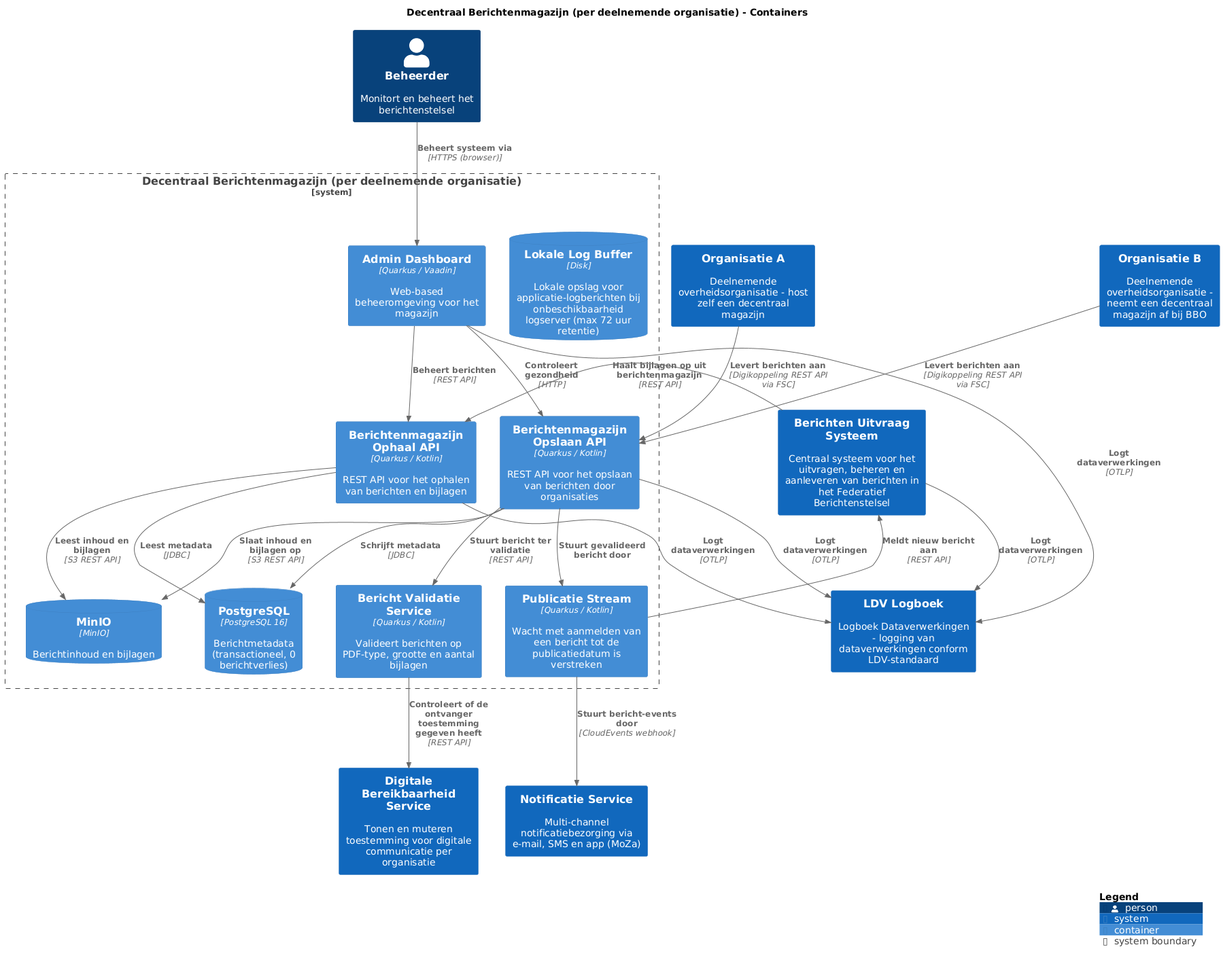
This is pr-preview/pr-16/master/png/DecentraalMagazijnContainers.png from MinBZK/moza-poc-fbs-berichtenbox, a PlantUML export, as it was before one commit. The source it was exported from:
```plantuml
@startuml
set separator none
title Decentraal Berichtenmagazijn (per deelnemende organisatie) - Containers

top to bottom direction

!include <C4/C4>
!include <C4/C4_Context>
!include <C4/C4_Container>

Person(Beheerder, "Beheerder", $descr="Monitort en beheert het berichtenstelsel", $tags="", $link="")
System(NotificatieService, "Notificatie Service", $descr="Multi-channel notificatiebezorging via e-mail, SMS en app (MoZa)", $tags="", $link="")
System(DigitaleBereikbaarheidService, "Digitale Bereikbaarheid Service", $descr="Tonen en muteren toestemming voor digitale communicatie per organisatie", $tags="", $link="")
System(OrganisatieA, "Organisatie A", $descr="Deelnemende overheidsorganisatie - host zelf een decentraal magazijn", $tags="", $link="")
System(OrganisatieB, "Organisatie B", $descr="Deelnemende overheidsorganisatie - neemt een decentraal magazijn af bij BBO", $tags="", $link="")
System(BerichtenUitvraagSysteem, "Berichten Uitvraag Systeem", $descr="Centraal systeem voor het uitvragen, beheren en aanleveren van berichten in het Federatief Berichtenstelsel", $tags="", $link="")
System(LDVLogboek, "LDV Logboek", $descr="Logboek Dataverwerkingen - logging van dataverwerkingen conform LDV-standaard", $tags="", $link="")

System_Boundary("DecentraalBerichtenmagazijnperdeelnemendeorganisatie_boundary", "Decentraal Berichtenmagazijn (per deelnemende organisatie)", $tags="") {
  Container(DecentraalBerichtenmagazijnperdeelnemendeorganisatie.BerichtenmagazijnOphaalAPI, "Berichtenmagazijn Ophaal API", $techn="Quarkus / Kotlin", $descr="REST API voor het ophalen van berichten en bijlagen", $tags="", $link="")
  Container(DecentraalBerichtenmagazijnperdeelnemendeorganisatie.BerichtenmagazijnOpslaanAPI, "Berichtenmagazijn Opslaan API", $techn="Quarkus / Kotlin", $descr="REST API voor het opslaan van berichten door organisaties", $tags="", $link="")
  ContainerDb(DecentraalBerichtenmagazijnperdeelnemendeorganisatie.LokaleLogBuffer, "Lokale Log Buffer", $techn="Disk", $descr="Lokale opslag voor applicatie-logberichten bij onbeschikbaarheid logserver (max 72 uur retentie)", $tags="", $link="")
  ContainerDb(DecentraalBerichtenmagazijnperdeelnemendeorganisatie.PostgreSQL, "PostgreSQL", $techn="PostgreSQL 16", $descr="Berichtmetadata (transactioneel, 0 berichtverlies)", $tags="", $link="")
  ContainerDb(DecentraalBerichtenmagazijnperdeelnemendeorganisatie.MinIO, "MinIO", $techn="MinIO", $descr="Berichtinhoud en bijlagen", $tags="", $link="")
  Container(DecentraalBerichtenmagazijnperdeelnemendeorganisatie.AdminDashboard, "Admin Dashboard", $techn="Quarkus / Vaadin", $descr="Web-based beheeromgeving voor het magazijn", $tags="", $link="")
  Container(DecentraalBerichtenmagazijnperdeelnemendeorganisatie.BerichtValidatieService, "Bericht Validatie Service", $techn="Quarkus / Kotlin", $descr="Valideert berichten op PDF-type, grootte en aantal bijlagen", $tags="", $link="")
  Container(DecentraalBerichtenmagazijnperdeelnemendeorganisatie.PublicatieStream, "Publicatie Stream", $techn="Quarkus / Kotlin", $descr="Wacht met aanmelden van een bericht tot de publicatiedatum is verstreken", $tags="", $link="")
}

Rel(DecentraalBerichtenmagazijnperdeelnemendeorganisatie.BerichtValidatieService, DigitaleBereikbaarheidService, "Controleert of de ontvanger toestemming gegeven heeft", $techn="REST API", $tags="", $link="")
Rel(DecentraalBerichtenmagazijnperdeelnemendeorganisatie.BerichtenmagazijnOphaalAPI, LDVLogboek, "Logt dataverwerkingen", $techn="OTLP", $tags="", $link="")
Rel(DecentraalBerichtenmagazijnperdeelnemendeorganisatie.BerichtenmagazijnOpslaanAPI, LDVLogboek, "Logt dataverwerkingen", $techn="OTLP", $tags="", $link="")
Rel(BerichtenUitvraagSysteem, LDVLogboek, "Logt dataverwerkingen", $techn="OTLP", $tags="", $link="")
Rel(DecentraalBerichtenmagazijnperdeelnemendeorganisatie.AdminDashboard, LDVLogboek, "Logt dataverwerkingen", $techn="OTLP", $tags="", $link="")
Rel(DecentraalBerichtenmagazijnperdeelnemendeorganisatie.BerichtenmagazijnOphaalAPI, DecentraalBerichtenmagazijnperdeelnemendeorganisatie.PostgreSQL, "Leest metadata", $techn="JDBC", $tags="", $link="")
Rel(DecentraalBerichtenmagazijnperdeelnemendeorganisatie.BerichtenmagazijnOphaalAPI, DecentraalBerichtenmagazijnperdeelnemendeorganisatie.MinIO, "Leest inhoud en bijlagen", $techn="S3 REST API", $tags="", $link="")
Rel(DecentraalBerichtenmagazijnperdeelnemendeorganisatie.BerichtenmagazijnOpslaanAPI, DecentraalBerichtenmagazijnperdeelnemendeorganisatie.PostgreSQL, "Schrijft metadata", $techn="JDBC", $tags="", $link="")
Rel(DecentraalBerichtenmagazijnperdeelnemendeorganisatie.BerichtenmagazijnOpslaanAPI, DecentraalBerichtenmagazijnperdeelnemendeorganisatie.MinIO, "Slaat inhoud en bijlagen op", $techn="S3 REST API", $tags="", $link="")
Rel(DecentraalBerichtenmagazijnperdeelnemendeorganisatie.BerichtenmagazijnOpslaanAPI, DecentraalBerichtenmagazijnperdeelnemendeorganisatie.BerichtValidatieService, "Stuurt bericht ter validatie", $techn="REST API", $tags="", $link="")
Rel(DecentraalBerichtenmagazijnperdeelnemendeorganisatie.AdminDashboard, DecentraalBerichtenmagazijnperdeelnemendeorganisatie.BerichtenmagazijnOphaalAPI, "Beheert berichten", $techn="REST API", $tags="", $link="")
Rel(DecentraalBerichtenmagazijnperdeelnemendeorganisatie.AdminDashboard, DecentraalBerichtenmagazijnperdeelnemendeorganisatie.BerichtenmagazijnOpslaanAPI, "Controleert gezondheid", $techn="HTTP", $tags="", $link="")
Rel(DecentraalBerichtenmagazijnperdeelnemendeorganisatie.BerichtenmagazijnOpslaanAPI, DecentraalBerichtenmagazijnperdeelnemendeorganisatie.PublicatieStream, "Stuurt gevalideerd bericht door", $techn="", $tags="", $link="")
Rel(BerichtenUitvraagSysteem, DecentraalBerichtenmagazijnperdeelnemendeorganisatie.BerichtenmagazijnOphaalAPI, "Haalt bijlagen op uit berichtenmagazijn", $techn="REST API", $tags="", $link="")
Rel(Beheerder, DecentraalBerichtenmagazijnperdeelnemendeorganisatie.AdminDashboard, "Beheert systeem via", $techn="HTTPS (browser)", $tags="", $link="")
Rel(DecentraalBerichtenmagazijnperdeelnemendeorganisatie.PublicatieStream, BerichtenUitvraagSysteem, "Meldt nieuw bericht aan", $techn="REST API", $tags="", $link="")
Rel(DecentraalBerichtenmagazijnperdeelnemendeorganisatie.PublicatieStream, NotificatieService, "Stuurt bericht-events door", $techn="CloudEvents webhook", $tags="", $link="")
Rel(OrganisatieA, DecentraalBerichtenmagazijnperdeelnemendeorganisatie.BerichtenmagazijnOpslaanAPI, "Levert berichten aan", $techn="Digikoppeling REST API via FSC", $tags="", $link="")
Rel(OrganisatieB, DecentraalBerichtenmagazijnperdeelnemendeorganisatie.BerichtenmagazijnOpslaanAPI, "Levert berichten aan", $techn="Digikoppeling REST API via FSC", $tags="", $link="")

SHOW_LEGEND(true)
@enduml
```
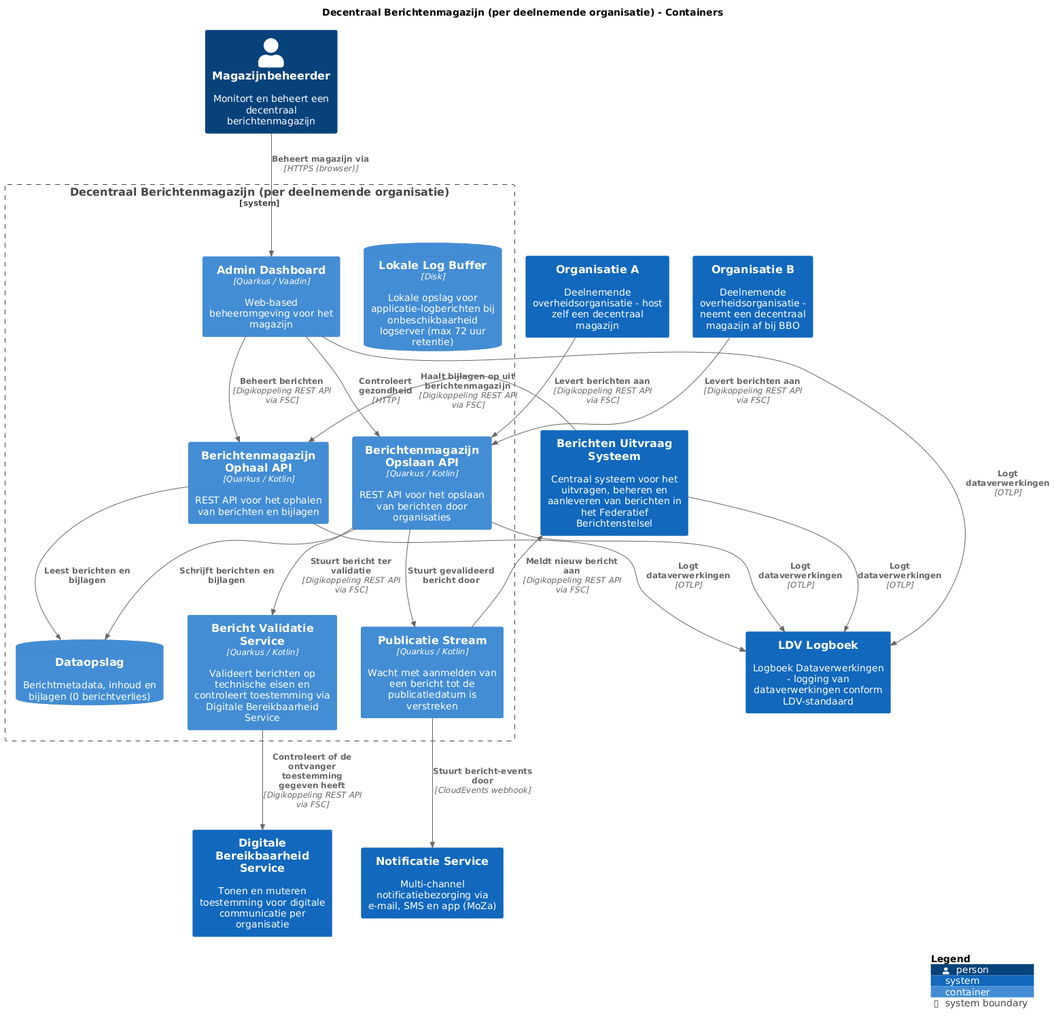
Above is the later version.

Diff of the diagram source:
```diff
@@ -8,7 +8,7 @@
 !include <C4/C4_Context>
 !include <C4/C4_Container>
 
-Person(Beheerder, "Beheerder", $descr="Monitort en beheert het berichtenstelsel", $tags="", $link="")
+Person(Magazijnbeheerder, "Magazijnbeheerder", $descr="Monitort en beheert een decentraal berichtenmagazijn", $tags="", $link="")
 System(NotificatieService, "Notificatie Service", $descr="Multi-channel notificatiebezorging via e-mail, SMS en app (MoZa)", $tags="", $link="")
 System(DigitaleBereikbaarheidService, "Digitale Bereikbaarheid Service", $descr="Tonen en muteren toestemming voor digitale communicatie per organisatie", $tags="", $link="")
 System(OrganisatieA, "Organisatie A", $descr="Deelnemende overheidsorganisatie - host zelf een decentraal magazijn", $tags="", $link="")
@@ -20,32 +20,29 @@
   Container(DecentraalBerichtenmagazijnperdeelnemendeorganisatie.BerichtenmagazijnOphaalAPI, "Berichtenmagazijn Ophaal API", $techn="Quarkus / Kotlin", $descr="REST API voor het ophalen van berichten en bijlagen", $tags="", $link="")
   Container(DecentraalBerichtenmagazijnperdeelnemendeorganisatie.BerichtenmagazijnOpslaanAPI, "Berichtenmagazijn Opslaan API", $techn="Quarkus / Kotlin", $descr="REST API voor het opslaan van berichten door organisaties", $tags="", $link="")
   ContainerDb(DecentraalBerichtenmagazijnperdeelnemendeorganisatie.LokaleLogBuffer, "Lokale Log Buffer", $techn="Disk", $descr="Lokale opslag voor applicatie-logberichten bij onbeschikbaarheid logserver (max 72 uur retentie)", $tags="", $link="")
-  ContainerDb(DecentraalBerichtenmagazijnperdeelnemendeorganisatie.PostgreSQL, "PostgreSQL", $techn="PostgreSQL 16", $descr="Berichtmetadata (transactioneel, 0 berichtverlies)", $tags="", $link="")
-  ContainerDb(DecentraalBerichtenmagazijnperdeelnemendeorganisatie.MinIO, "MinIO", $techn="MinIO", $descr="Berichtinhoud en bijlagen", $tags="", $link="")
+  ContainerDb(DecentraalBerichtenmagazijnperdeelnemendeorganisatie.Dataopslag, "Dataopslag", $techn="", $descr="Berichtmetadata, inhoud en bijlagen (0 berichtverlies)", $tags="", $link="")
   Container(DecentraalBerichtenmagazijnperdeelnemendeorganisatie.AdminDashboard, "Admin Dashboard", $techn="Quarkus / Vaadin", $descr="Web-based beheeromgeving voor het magazijn", $tags="", $link="")
-  Container(DecentraalBerichtenmagazijnperdeelnemendeorganisatie.BerichtValidatieService, "Bericht Validatie Service", $techn="Quarkus / Kotlin", $descr="Valideert berichten op PDF-type, grootte en aantal bijlagen", $tags="", $link="")
+  Container(DecentraalBerichtenmagazijnperdeelnemendeorganisatie.BerichtValidatieService, "Bericht Validatie Service", $techn="Quarkus / Kotlin", $descr="Valideert berichten op technische eisen en controleert toestemming via Digitale Bereikbaarheid Service", $tags="", $link="")
   Container(DecentraalBerichtenmagazijnperdeelnemendeorganisatie.PublicatieStream, "Publicatie Stream", $techn="Quarkus / Kotlin", $descr="Wacht met aanmelden van een bericht tot de publicatiedatum is verstreken", $tags="", $link="")
 }
 
-Rel(DecentraalBerichtenmagazijnperdeelnemendeorganisatie.BerichtValidatieService, DigitaleBereikbaarheidService, "Controleert of de ontvanger toestemming gegeven heeft", $techn="REST API", $tags="", $link="")
+Rel(OrganisatieB, DecentraalBerichtenmagazijnperdeelnemendeorganisatie.BerichtenmagazijnOpslaanAPI, "Levert berichten aan", $techn="Digikoppeling REST API via FSC", $tags="", $link="")
+Rel(DecentraalBerichtenmagazijnperdeelnemendeorganisatie.BerichtValidatieService, DigitaleBereikbaarheidService, "Controleert of de ontvanger toestemming gegeven heeft", $techn="Digikoppeling REST API via FSC", $tags="", $link="")
 Rel(DecentraalBerichtenmagazijnperdeelnemendeorganisatie.BerichtenmagazijnOphaalAPI, LDVLogboek, "Logt dataverwerkingen", $techn="OTLP", $tags="", $link="")
 Rel(DecentraalBerichtenmagazijnperdeelnemendeorganisatie.BerichtenmagazijnOpslaanAPI, LDVLogboek, "Logt dataverwerkingen", $techn="OTLP", $tags="", $link="")
 Rel(BerichtenUitvraagSysteem, LDVLogboek, "Logt dataverwerkingen", $techn="OTLP", $tags="", $link="")
 Rel(DecentraalBerichtenmagazijnperdeelnemendeorganisatie.AdminDashboard, LDVLogboek, "Logt dataverwerkingen", $techn="OTLP", $tags="", $link="")
-Rel(DecentraalBerichtenmagazijnperdeelnemendeorganisatie.BerichtenmagazijnOphaalAPI, DecentraalBerichtenmagazijnperdeelnemendeorganisatie.PostgreSQL, "Leest metadata", $techn="JDBC", $tags="", $link="")
-Rel(DecentraalBerichtenmagazijnperdeelnemendeorganisatie.BerichtenmagazijnOphaalAPI, DecentraalBerichtenmagazijnperdeelnemendeorganisatie.MinIO, "Leest inhoud en bijlagen", $techn="S3 REST API", $tags="", $link="")
-Rel(DecentraalBerichtenmagazijnperdeelnemendeorganisatie.BerichtenmagazijnOpslaanAPI, DecentraalBerichtenmagazijnperdeelnemendeorganisatie.PostgreSQL, "Schrijft metadata", $techn="JDBC", $tags="", $link="")
-Rel(DecentraalBerichtenmagazijnperdeelnemendeorganisatie.BerichtenmagazijnOpslaanAPI, DecentraalBerichtenmagazijnperdeelnemendeorganisatie.MinIO, "Slaat inhoud en bijlagen op", $techn="S3 REST API", $tags="", $link="")
-Rel(DecentraalBerichtenmagazijnperdeelnemendeorganisatie.BerichtenmagazijnOpslaanAPI, DecentraalBerichtenmagazijnperdeelnemendeorganisatie.BerichtValidatieService, "Stuurt bericht ter validatie", $techn="REST API", $tags="", $link="")
-Rel(DecentraalBerichtenmagazijnperdeelnemendeorganisatie.AdminDashboard, DecentraalBerichtenmagazijnperdeelnemendeorganisatie.BerichtenmagazijnOphaalAPI, "Beheert berichten", $techn="REST API", $tags="", $link="")
+Rel(DecentraalBerichtenmagazijnperdeelnemendeorganisatie.BerichtenmagazijnOphaalAPI, DecentraalBerichtenmagazijnperdeelnemendeorganisatie.Dataopslag, "Leest berichten en bijlagen", $techn="", $tags="", $link="")
+Rel(DecentraalBerichtenmagazijnperdeelnemendeorganisatie.BerichtenmagazijnOpslaanAPI, DecentraalBerichtenmagazijnperdeelnemendeorganisatie.Dataopslag, "Schrijft berichten en bijlagen", $techn="", $tags="", $link="")
+Rel(DecentraalBerichtenmagazijnperdeelnemendeorganisatie.BerichtenmagazijnOpslaanAPI, DecentraalBerichtenmagazijnperdeelnemendeorganisatie.BerichtValidatieService, "Stuurt bericht ter validatie", $techn="Digikoppeling REST API via FSC", $tags="", $link="")
+Rel(DecentraalBerichtenmagazijnperdeelnemendeorganisatie.AdminDashboard, DecentraalBerichtenmagazijnperdeelnemendeorganisatie.BerichtenmagazijnOphaalAPI, "Beheert berichten", $techn="Digikoppeling REST API via FSC", $tags="", $link="")
 Rel(DecentraalBerichtenmagazijnperdeelnemendeorganisatie.AdminDashboard, DecentraalBerichtenmagazijnperdeelnemendeorganisatie.BerichtenmagazijnOpslaanAPI, "Controleert gezondheid", $techn="HTTP", $tags="", $link="")
 Rel(DecentraalBerichtenmagazijnperdeelnemendeorganisatie.BerichtenmagazijnOpslaanAPI, DecentraalBerichtenmagazijnperdeelnemendeorganisatie.PublicatieStream, "Stuurt gevalideerd bericht door", $techn="", $tags="", $link="")
-Rel(BerichtenUitvraagSysteem, DecentraalBerichtenmagazijnperdeelnemendeorganisatie.BerichtenmagazijnOphaalAPI, "Haalt bijlagen op uit berichtenmagazijn", $techn="REST API", $tags="", $link="")
-Rel(Beheerder, DecentraalBerichtenmagazijnperdeelnemendeorganisatie.AdminDashboard, "Beheert systeem via", $techn="HTTPS (browser)", $tags="", $link="")
-Rel(DecentraalBerichtenmagazijnperdeelnemendeorganisatie.PublicatieStream, BerichtenUitvraagSysteem, "Meldt nieuw bericht aan", $techn="REST API", $tags="", $link="")
+Rel(BerichtenUitvraagSysteem, DecentraalBerichtenmagazijnperdeelnemendeorganisatie.BerichtenmagazijnOphaalAPI, "Haalt bijlagen op uit berichtenmagazijn", $techn="Digikoppeling REST API via FSC", $tags="", $link="")
+Rel(Magazijnbeheerder, DecentraalBerichtenmagazijnperdeelnemendeorganisatie.AdminDashboard, "Beheert magazijn via", $techn="HTTPS (browser)", $tags="", $link="")
+Rel(DecentraalBerichtenmagazijnperdeelnemendeorganisatie.PublicatieStream, BerichtenUitvraagSysteem, "Meldt nieuw bericht aan", $techn="Digikoppeling REST API via FSC", $tags="", $link="")
 Rel(DecentraalBerichtenmagazijnperdeelnemendeorganisatie.PublicatieStream, NotificatieService, "Stuurt bericht-events door", $techn="CloudEvents webhook", $tags="", $link="")
 Rel(OrganisatieA, DecentraalBerichtenmagazijnperdeelnemendeorganisatie.BerichtenmagazijnOpslaanAPI, "Levert berichten aan", $techn="Digikoppeling REST API via FSC", $tags="", $link="")
-Rel(OrganisatieB, DecentraalBerichtenmagazijnperdeelnemendeorganisatie.BerichtenmagazijnOpslaanAPI, "Levert berichten aan", $techn="Digikoppeling REST API via FSC", $tags="", $link="")
 
 SHOW_LEGEND(true)
 @enduml
```
